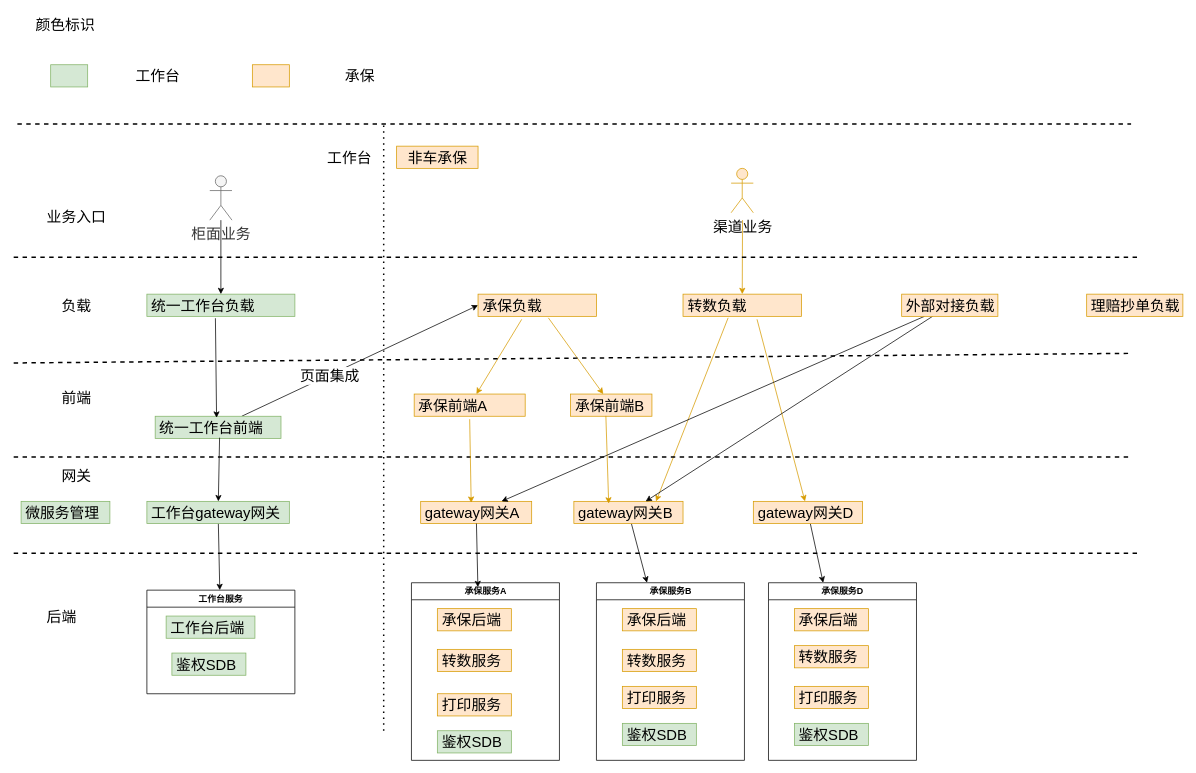
This is page "第 1 页 的副本" (2 of 7) of 网关代理架构图.drawio from java-zengguang/images, a draw.io file, before an edit. Source tidied: cells renumbered, new cells numbered last; positions are measured from the earlier drawing's top-left corner, leaving out a move shared by most shapes. Both pictures are drawn from the tidied source at 74%, with x=0, y=0 at pixel (13, 13).
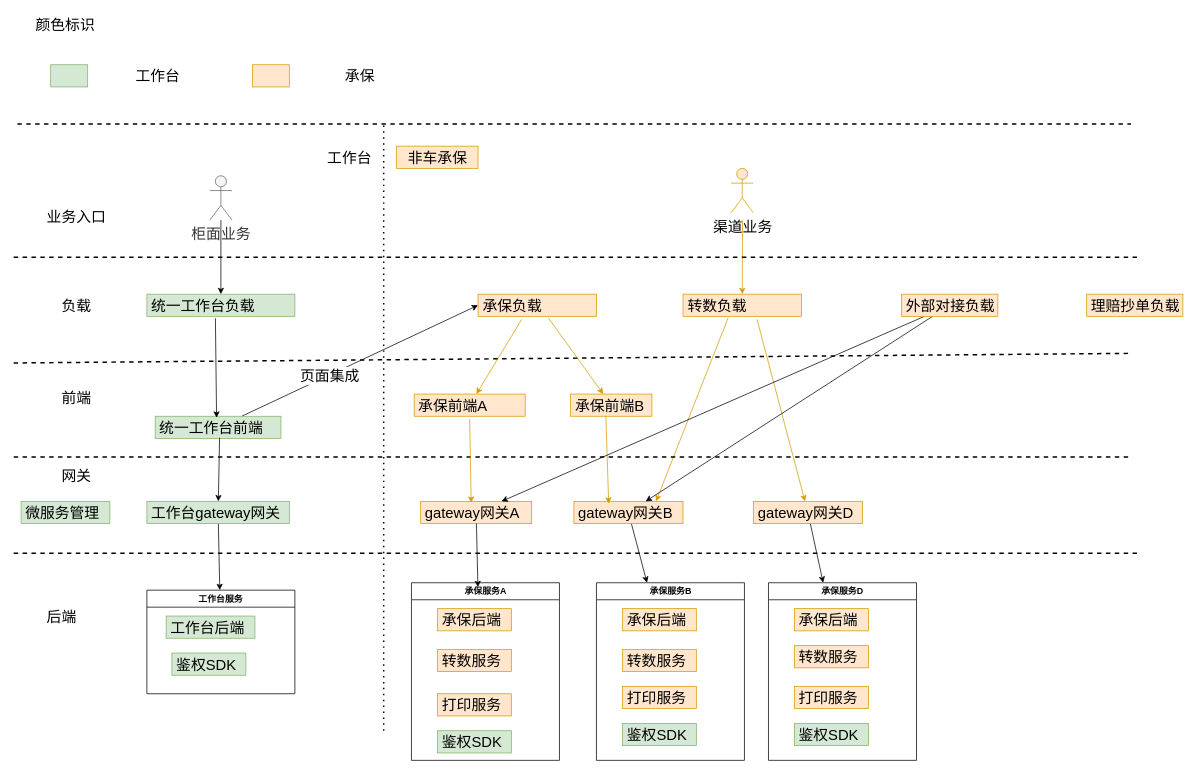
Above is the later version.

Commit message:
更新网关代理架构图.drawio

Unchanged cells that the change refers to:
```xml
<mxCell id="46" value="工作台服务" style="swimlane;whiteSpace=wrap;html=1;" parent="1" vertex="1">
  <mxGeometry x="180" y="780" width="200" height="140" as="geometry" />
</mxCell>
<mxCell id="49" value="承保服务A" style="swimlane;whiteSpace=wrap;html=1;" parent="1" vertex="1">
  <mxGeometry x="537.5" y="770" width="200" height="240" as="geometry" />
</mxCell>
<mxCell id="54" value="承保服务B" style="swimlane;whiteSpace=wrap;html=1;" parent="1" vertex="1">
  <mxGeometry x="787.5" y="770" width="200" height="240" as="geometry" />
</mxCell>
<mxCell id="59" value="承保服务D" style="swimlane;whiteSpace=wrap;html=1;" parent="1" vertex="1">
  <mxGeometry x="1020" y="770" width="200" height="240" as="geometry" />
</mxCell>
```

What changed in the source:
```diff
@@
-    <mxCell id="48" value="&lt;font style=&quot;font-size: 20px;&quot;&gt;鉴权SDB&lt;br&gt;&lt;/font&gt;" style="text;strokeColor=#82b366;fillColor=#d5e8d4;align=left;verticalAlign=middle;spacingLeft=4;spacingRight=4;overflow=hidden;whiteSpace=wrap;html=1;" parent="46" vertex="1">
+    <mxCell id="48" value="&lt;font style=&quot;font-size: 20px;&quot;&gt;鉴权SDK&lt;br&gt;&lt;/font&gt;" style="text;strokeColor=#82b366;fillColor=#d5e8d4;align=left;verticalAlign=middle;spacingLeft=4;spacingRight=4;overflow=hidden;whiteSpace=wrap;html=1;" parent="46" vertex="1">
       <mxGeometry x="33.8" y="85" width="100" height="30" as="geometry" />
     </mxCell>
@@
-    <mxCell id="53" value="&lt;font style=&quot;font-size: 20px;&quot;&gt;鉴权SDB&lt;br&gt;&lt;/font&gt;" style="text;strokeColor=#82b366;fillColor=#d5e8d4;align=left;verticalAlign=middle;spacingLeft=4;spacingRight=4;overflow=hidden;whiteSpace=wrap;html=1;" parent="49" vertex="1">
+    <mxCell id="53" value="&lt;font style=&quot;font-size: 20px;&quot;&gt;鉴权SDK&lt;br&gt;&lt;/font&gt;" style="text;strokeColor=#82b366;fillColor=#d5e8d4;align=left;verticalAlign=middle;spacingLeft=4;spacingRight=4;overflow=hidden;whiteSpace=wrap;html=1;" parent="49" vertex="1">
       <mxGeometry x="35" y="200" width="100" height="30" as="geometry" />
     </mxCell>
@@
-    <mxCell id="58" value="&lt;font style=&quot;font-size: 20px;&quot;&gt;鉴权SDB&lt;br&gt;&lt;/font&gt;" style="text;strokeColor=#82b366;fillColor=#d5e8d4;align=left;verticalAlign=middle;spacingLeft=4;spacingRight=4;overflow=hidden;whiteSpace=wrap;html=1;" parent="54" vertex="1">
+    <mxCell id="58" value="&lt;font style=&quot;font-size: 20px;&quot;&gt;鉴权SDK&lt;br&gt;&lt;/font&gt;" style="text;strokeColor=#82b366;fillColor=#d5e8d4;align=left;verticalAlign=middle;spacingLeft=4;spacingRight=4;overflow=hidden;whiteSpace=wrap;html=1;" parent="54" vertex="1">
       <mxGeometry x="35" y="190" width="100" height="30" as="geometry" />
     </mxCell>
@@
-    <mxCell id="63" value="&lt;font style=&quot;font-size: 20px;&quot;&gt;鉴权SDB&lt;br&gt;&lt;/font&gt;" style="text;strokeColor=#82b366;fillColor=#d5e8d4;align=left;verticalAlign=middle;spacingLeft=4;spacingRight=4;overflow=hidden;whiteSpace=wrap;html=1;" parent="59" vertex="1">
+    <mxCell id="63" value="&lt;font style=&quot;font-size: 20px;&quot;&gt;鉴权SDK&lt;br&gt;&lt;/font&gt;" style="text;strokeColor=#82b366;fillColor=#d5e8d4;align=left;verticalAlign=middle;spacingLeft=4;spacingRight=4;overflow=hidden;whiteSpace=wrap;html=1;" parent="59" vertex="1">
       <mxGeometry x="35" y="190" width="100" height="30" as="geometry" />
     </mxCell>
```
